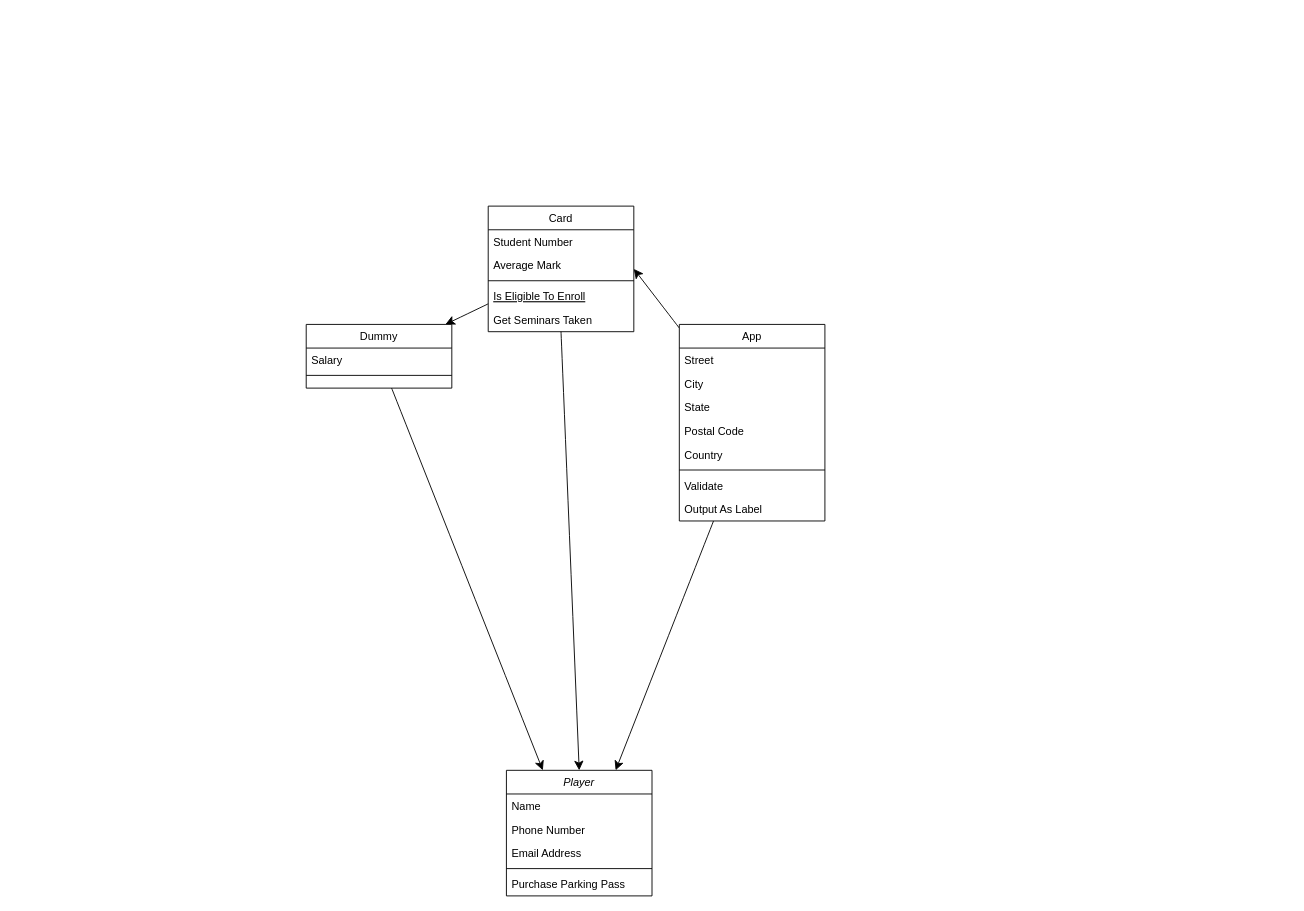
Earlier version of the draw.io diagram 언락2 클래스 다이어그램.drawio (tlMark/files). Source tidied: cells renumbered, new cells numbered last; positions are measured from the earlier drawing's top-left corner, leaving out a move shared by most shapes. Both pictures are drawn from the tidied source at 91%, with x=0, y=0 at pixel (306, 206).
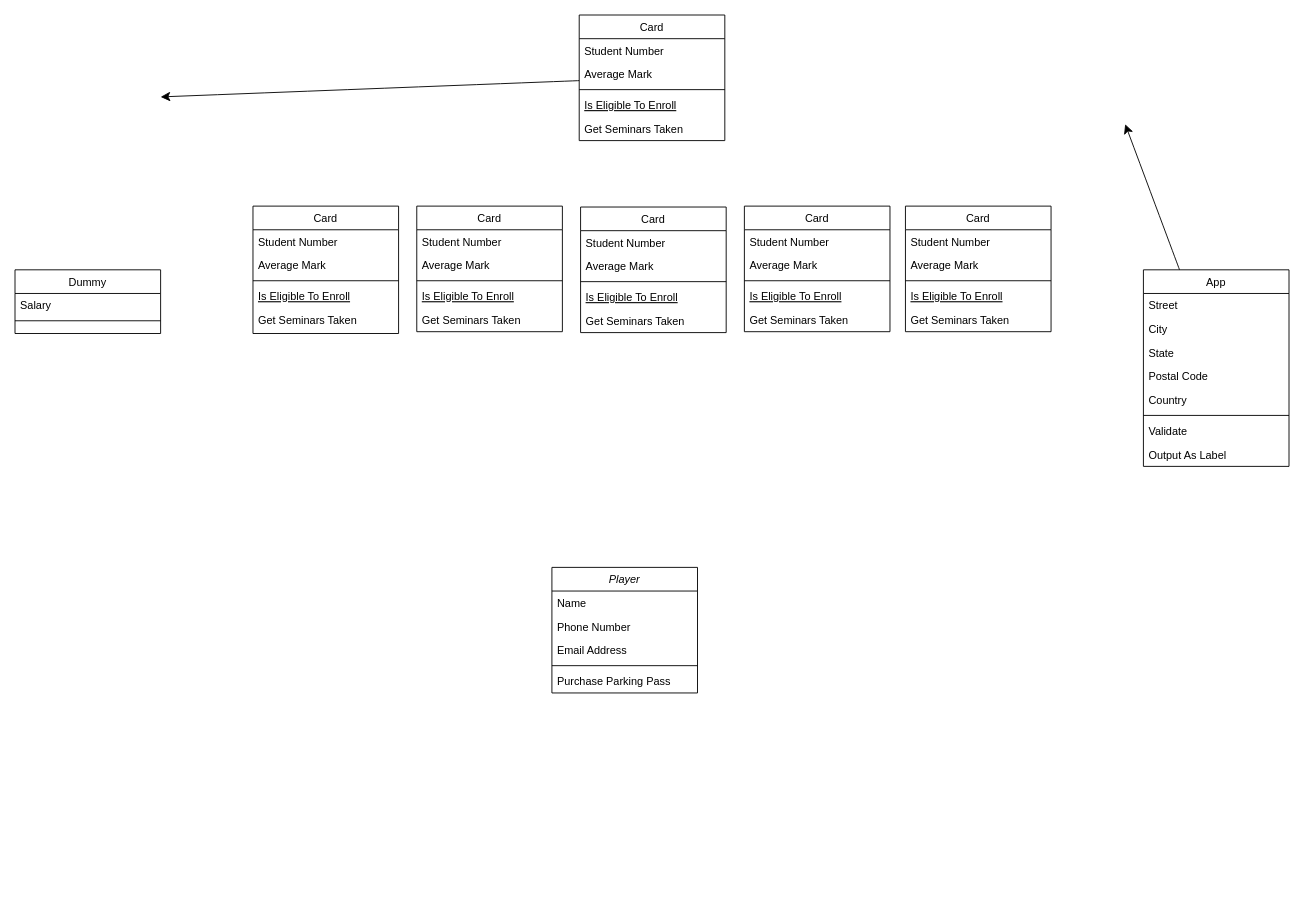
After the change.

Commit message (it also covers changes not shown here):
언락2 클래스 다이어그램.drawio 업데이트

Change to the diagram source:
```diff
@@
     <mxCell id="2" value="Player" style="swimlane;fontStyle=2;align=center;verticalAlign=top;horizontal=1;startSize=26;rounded=0;shadow=0;strokeWidth=1;" parent="1" vertex="1">
-      <mxGeometry x="220" y="620" width="160" height="138" as="geometry" />
+      <mxGeometry x="270" y="397" width="160" height="138" as="geometry" />
     </mxCell>
@@
-    <mxCell id="8" style="edgeStyle=none;curved=1;rounded=0;jettySize=auto;html=1;fontSize=12;startSize=8;endSize=8;" parent="1" edge="1" source="10" target="17">
-      <mxGeometry relative="1" as="geometry" />
+    <mxCell id="8" style="edgeStyle=none;curved=1;rounded=0;jettySize=auto;html=1;fontSize=12;startSize=8;endSize=8;" parent="1" edge="1" source="10">
+      <mxGeometry relative="1" as="geometry">
+        <mxPoint x="-160" y="-120" as="targetPoint" />
+      </mxGeometry>
     </mxCell>
-    <mxCell id="9" style="edgeStyle=none;curved=1;rounded=0;jettySize=auto;html=1;exitX=0.5;exitY=1;exitDx=0;exitDy=0;entryX=0.5;entryY=0;entryDx=0;entryDy=0;fontSize=12;startSize=8;endSize=8;" parent="1" edge="1" source="10" target="2">
-      <mxGeometry relative="1" as="geometry" />
-    </mxCell>
     <mxCell id="10" value="Card" style="swimlane;fontStyle=0;align=center;verticalAlign=top;horizontal=1;startSize=26;rounded=0;shadow=0;strokeWidth=1;" parent="1" vertex="1">
-      <mxGeometry x="200" width="160" height="138" as="geometry" />
+      <mxGeometry x="300" y="-210" width="160" height="138" as="geometry" />
     </mxCell>
@@
-    <mxCell id="16" style="edgeStyle=none;curved=1;rounded=0;jettySize=auto;html=1;entryX=0.25;entryY=0;entryDx=0;entryDy=0;fontSize=12;startSize=8;endSize=8;" parent="1" edge="1" source="17" target="2">
-      <mxGeometry relative="1" as="geometry" />
-    </mxCell>
     <mxCell id="17" value="Dummy" style="swimlane;fontStyle=0;align=center;verticalAlign=top;horizontal=1;startSize=26;rounded=0;shadow=0;strokeWidth=1;" parent="1" vertex="1">
-      <mxGeometry y="130" width="160" height="70" as="geometry" />
+      <mxGeometry x="-320" y="70" width="160" height="70" as="geometry" />
     </mxCell>
@@
-    <mxCell id="20" style="edgeStyle=none;curved=1;rounded=0;jettySize=auto;html=1;entryX=1;entryY=0.5;entryDx=0;entryDy=0;fontSize=12;startSize=8;endSize=8;" parent="1" edge="1" source="22" target="10">
-      <mxGeometry relative="1" as="geometry" />
-    </mxCell>
-    <mxCell id="21" style="edgeStyle=none;curved=1;rounded=0;jettySize=auto;html=1;entryX=0.75;entryY=0;entryDx=0;entryDy=0;fontSize=12;startSize=8;endSize=8;" parent="1" edge="1" source="22" target="2">
-      <mxGeometry relative="1" as="geometry" />
-    </mxCell>
     <mxCell id="22" value="App" style="swimlane;fontStyle=0;align=center;verticalAlign=top;horizontal=1;startSize=26;rounded=0;shadow=0;strokeWidth=1;" parent="1" vertex="1">
-      <mxGeometry x="410" y="130" width="160" height="216" as="geometry" />
+      <mxGeometry x="920" y="70" width="160" height="216" as="geometry" />
     </mxCell>
@@
+    <mxCell id="31" value="Card" style="swimlane;fontStyle=0;align=center;verticalAlign=top;horizontal=1;startSize=26;rounded=0;shadow=0;strokeWidth=1;" parent="1" vertex="1">
+      <mxGeometry x="-58.5" width="160" height="140" as="geometry" />
+    </mxCell>
+    <mxCell id="32" value="Student Number" style="text;align=left;verticalAlign=top;spacingLeft=4;spacingRight=4;overflow=hidden;" parent="31" vertex="1">
+      <mxGeometry y="26" width="160" height="26" as="geometry" />
+    </mxCell>
+    <mxCell id="33" value="Average Mark" style="text;align=left;verticalAlign=top;spacingLeft=4;spacingRight=4;overflow=hidden;rounded=0;shadow=0;html=0;" parent="31" vertex="1">
+      <mxGeometry y="52" width="160" height="26" as="geometry" />
+    </mxCell>
+    <mxCell id="34" style="line;html=1;strokeWidth=1;align=left;verticalAlign=middle;spacingTop=-1;spacingLeft=3;spacingRight=3;labelPosition=right;" parent="31" vertex="1">
+      <mxGeometry y="78" width="160" height="8" as="geometry" />
+    </mxCell>
+    <mxCell id="35" value="Is Eligible To Enroll" style="text;align=left;verticalAlign=top;spacingLeft=4;spacingRight=4;overflow=hidden;fontStyle=4;" parent="31" vertex="1">
+      <mxGeometry y="86" width="160" height="26" as="geometry" />
+    </mxCell>
+    <mxCell id="36" value="Get Seminars Taken" style="text;align=left;verticalAlign=top;spacingLeft=4;spacingRight=4;overflow=hidden;" parent="31" vertex="1">
+      <mxGeometry y="112" width="160" height="26" as="geometry" />
+    </mxCell>
+    <mxCell id="37" value="Card" style="swimlane;fontStyle=0;align=center;verticalAlign=top;horizontal=1;startSize=26;rounded=0;shadow=0;strokeWidth=1;" parent="1" vertex="1">
+      <mxGeometry x="121.5" width="160" height="138" as="geometry" />
+    </mxCell>
+    <mxCell id="38" value="Student Number" style="text;align=left;verticalAlign=top;spacingLeft=4;spacingRight=4;overflow=hidden;" parent="37" vertex="1">
+      <mxGeometry y="26" width="160" height="26" as="geometry" />
+    </mxCell>
+    <mxCell id="39" value="Average Mark" style="text;align=left;verticalAlign=top;spacingLeft=4;spacingRight=4;overflow=hidden;rounded=0;shadow=0;html=0;" parent="37" vertex="1">
+      <mxGeometry y="52" width="160" height="26" as="geometry" />
+    </mxCell>
+    <mxCell id="40" style="line;html=1;strokeWidth=1;align=left;verticalAlign=middle;spacingTop=-1;spacingLeft=3;spacingRight=3;labelPosition=right;" parent="37" vertex="1">
+      <mxGeometry y="78" width="160" height="8" as="geometry" />
+    </mxCell>
+    <mxCell id="41" value="Is Eligible To Enroll" style="text;align=left;verticalAlign=top;spacingLeft=4;spacingRight=4;overflow=hidden;fontStyle=4;" parent="37" vertex="1">
+      <mxGeometry y="86" width="160" height="26" as="geometry" />
+    </mxCell>
+    <mxCell id="42" value="Get Seminars Taken" style="text;align=left;verticalAlign=top;spacingLeft=4;spacingRight=4;overflow=hidden;" parent="37" vertex="1">
+      <mxGeometry y="112" width="160" height="26" as="geometry" />
+    </mxCell>
+    <mxCell id="43" value="Card" style="swimlane;fontStyle=0;align=center;verticalAlign=top;horizontal=1;startSize=26;rounded=0;shadow=0;strokeWidth=1;" parent="1" vertex="1">
+      <mxGeometry x="658.5" width="160" height="138" as="geometry" />
+    </mxCell>
+    <mxCell id="44" value="Student Number" style="text;align=left;verticalAlign=top;spacingLeft=4;spacingRight=4;overflow=hidden;" parent="43" vertex="1">
+      <mxGeometry y="26" width="160" height="26" as="geometry" />
+    </mxCell>
+    <mxCell id="45" value="Average Mark" style="text;align=left;verticalAlign=top;spacingLeft=4;spacingRight=4;overflow=hidden;rounded=0;shadow=0;html=0;" parent="43" vertex="1">
+      <mxGeometry y="52" width="160" height="26" as="geometry" />
+    </mxCell>
+    <mxCell id="46" style="line;html=1;strokeWidth=1;align=left;verticalAlign=middle;spacingTop=-1;spacingLeft=3;spacingRight=3;labelPosition=right;" parent="43" vertex="1">
+      <mxGeometry y="78" width="160" height="8" as="geometry" />
+    </mxCell>
+    <mxCell id="47" value="Is Eligible To Enroll" style="text;align=left;verticalAlign=top;spacingLeft=4;spacingRight=4;overflow=hidden;fontStyle=4;" parent="43" vertex="1">
+      <mxGeometry y="86" width="160" height="26" as="geometry" />
+    </mxCell>
+    <mxCell id="48" value="Get Seminars Taken" style="text;align=left;verticalAlign=top;spacingLeft=4;spacingRight=4;overflow=hidden;" parent="43" vertex="1">
+      <mxGeometry y="112" width="160" height="26" as="geometry" />
+    </mxCell>
+    <mxCell id="49" style="edgeStyle=none;curved=1;rounded=0;jettySize=auto;html=1;fontSize=12;startSize=8;endSize=8;" parent="1" edge="1" source="22">
+      <mxGeometry relative="1" as="geometry">
+        <mxPoint x="900" y="-90" as="targetPoint" />
+      </mxGeometry>
+    </mxCell>
+    <mxCell id="50" value="Card" style="swimlane;fontStyle=0;align=center;verticalAlign=top;horizontal=1;startSize=26;rounded=0;shadow=0;strokeWidth=1;" parent="1" vertex="1">
+      <mxGeometry x="481.5" width="160" height="138" as="geometry" />
+    </mxCell>
+    <mxCell id="51" value="Student Number" style="text;align=left;verticalAlign=top;spacingLeft=4;spacingRight=4;overflow=hidden;" parent="50" vertex="1">
+      <mxGeometry y="26" width="160" height="26" as="geometry" />
+    </mxCell>
+    <mxCell id="52" value="Average Mark" style="text;align=left;verticalAlign=top;spacingLeft=4;spacingRight=4;overflow=hidden;rounded=0;shadow=0;html=0;" parent="50" vertex="1">
+      <mxGeometry y="52" width="160" height="26" as="geometry" />
+    </mxCell>
+    <mxCell id="53" style="line;html=1;strokeWidth=1;align=left;verticalAlign=middle;spacingTop=-1;spacingLeft=3;spacingRight=3;labelPosition=right;" parent="50" vertex="1">
+      <mxGeometry y="78" width="160" height="8" as="geometry" />
+    </mxCell>
+    <mxCell id="54" value="Is Eligible To Enroll" style="text;align=left;verticalAlign=top;spacingLeft=4;spacingRight=4;overflow=hidden;fontStyle=4;" parent="50" vertex="1">
+      <mxGeometry y="86" width="160" height="26" as="geometry" />
+    </mxCell>
+    <mxCell id="55" value="Get Seminars Taken" style="text;align=left;verticalAlign=top;spacingLeft=4;spacingRight=4;overflow=hidden;" parent="50" vertex="1">
+      <mxGeometry y="112" width="160" height="26" as="geometry" />
+    </mxCell>
+    <mxCell id="56" value="Card" style="swimlane;fontStyle=0;align=center;verticalAlign=top;horizontal=1;startSize=26;rounded=0;shadow=0;strokeWidth=1;" parent="1" vertex="1">
+      <mxGeometry x="301.5" y="1" width="160" height="138" as="geometry" />
+    </mxCell>
+    <mxCell id="57" value="Student Number" style="text;align=left;verticalAlign=top;spacingLeft=4;spacingRight=4;overflow=hidden;" parent="56" vertex="1">
+      <mxGeometry y="26" width="160" height="26" as="geometry" />
+    </mxCell>
+    <mxCell id="58" value="Average Mark" style="text;align=left;verticalAlign=top;spacingLeft=4;spacingRight=4;overflow=hidden;rounded=0;shadow=0;html=0;" parent="56" vertex="1">
+      <mxGeometry y="52" width="160" height="26" as="geometry" />
+    </mxCell>
+    <mxCell id="59" style="line;html=1;strokeWidth=1;align=left;verticalAlign=middle;spacingTop=-1;spacingLeft=3;spacingRight=3;labelPosition=right;" parent="56" vertex="1">
+      <mxGeometry y="78" width="160" height="8" as="geometry" />
+    </mxCell>
+    <mxCell id="60" value="Is Eligible To Enroll" style="text;align=left;verticalAlign=top;spacingLeft=4;spacingRight=4;overflow=hidden;fontStyle=4;" parent="56" vertex="1">
+      <mxGeometry y="86" width="160" height="26" as="geometry" />
+    </mxCell>
+    <mxCell id="61" value="Get Seminars Taken" style="text;align=left;verticalAlign=top;spacingLeft=4;spacingRight=4;overflow=hidden;" parent="56" vertex="1">
+      <mxGeometry y="112" width="160" height="26" as="geometry" />
+    </mxCell>
```
